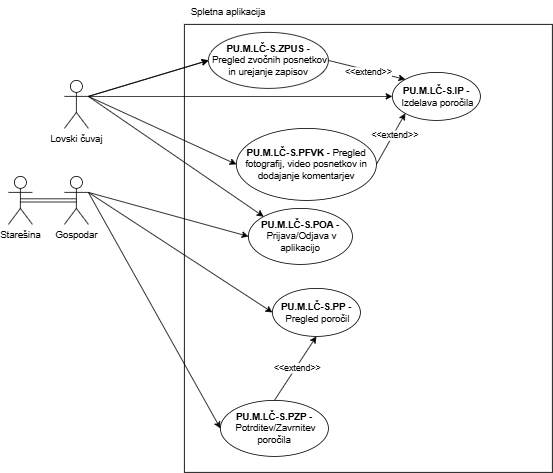
Earlier version of the draw.io export Lovski cuvaj-Spletna aplikacija.drawio.png (ErnestISv/Lovstvo). Source tidied: cells renumbered, new cells last; positions are measured from the earlier drawing's top-left corner, leaving out a move shared by most shapes.
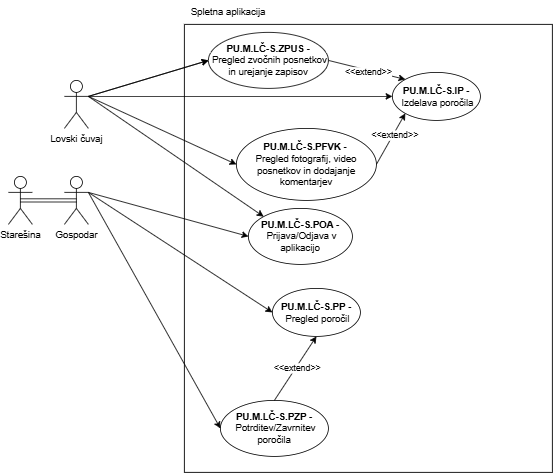
Above is the later version.

Change to the diagram source:
```diff
@@ -43,7 +43,7 @@
         <mxPoint x="100" y="120" as="sourcePoint" />
       </mxGeometry>
     </mxCell>
-    <mxCell id="15" value="&lt;div&gt;&lt;span style=&quot;background-color: transparent;&quot;&gt;&lt;b&gt;PU.M.LČ-S.PFVK -&amp;nbsp;&lt;/b&gt;&lt;/span&gt;&lt;span style=&quot;background-color: transparent; color: light-dark(rgb(0, 0, 0), rgb(255, 255, 255));&quot;&gt;Pregled fotografij, video posnetkov in dodajanje komentarjev&lt;/span&gt;&lt;/div&gt;" style="ellipse;whiteSpace=wrap;html=1;" parent="1" vertex="1">
+    <mxCell id="15" value="&lt;div&gt;&lt;span style=&quot;background-color: transparent;&quot;&gt;&lt;b&gt;PU.M.LČ-S.PFVK -&lt;span style=&quot;white-space: pre;&quot;&gt;&#9;&lt;/span&gt;&lt;/b&gt;&lt;/span&gt;&lt;/div&gt;&lt;div&gt;&lt;span style=&quot;background-color: transparent; color: light-dark(rgb(0, 0, 0), rgb(255, 255, 255));&quot;&gt;Pregled fotografij, video posnetkov in dodajanje komentarjev&lt;/span&gt;&lt;/div&gt;" style="ellipse;whiteSpace=wrap;html=1;" parent="1" vertex="1">
       <mxGeometry x="285" y="160" width="175" height="90" as="geometry" />
     </mxCell>
     <mxCell id="16" style="endArrow=classic;html=1;rounded=0;exitX=1;exitY=0.3333333333333333;exitDx=0;exitDy=0;exitPerimeter=0;entryX=0;entryY=0.5;entryDx=0;entryDy=0;" parent="1" edge="1" source="3" target="15">
```
